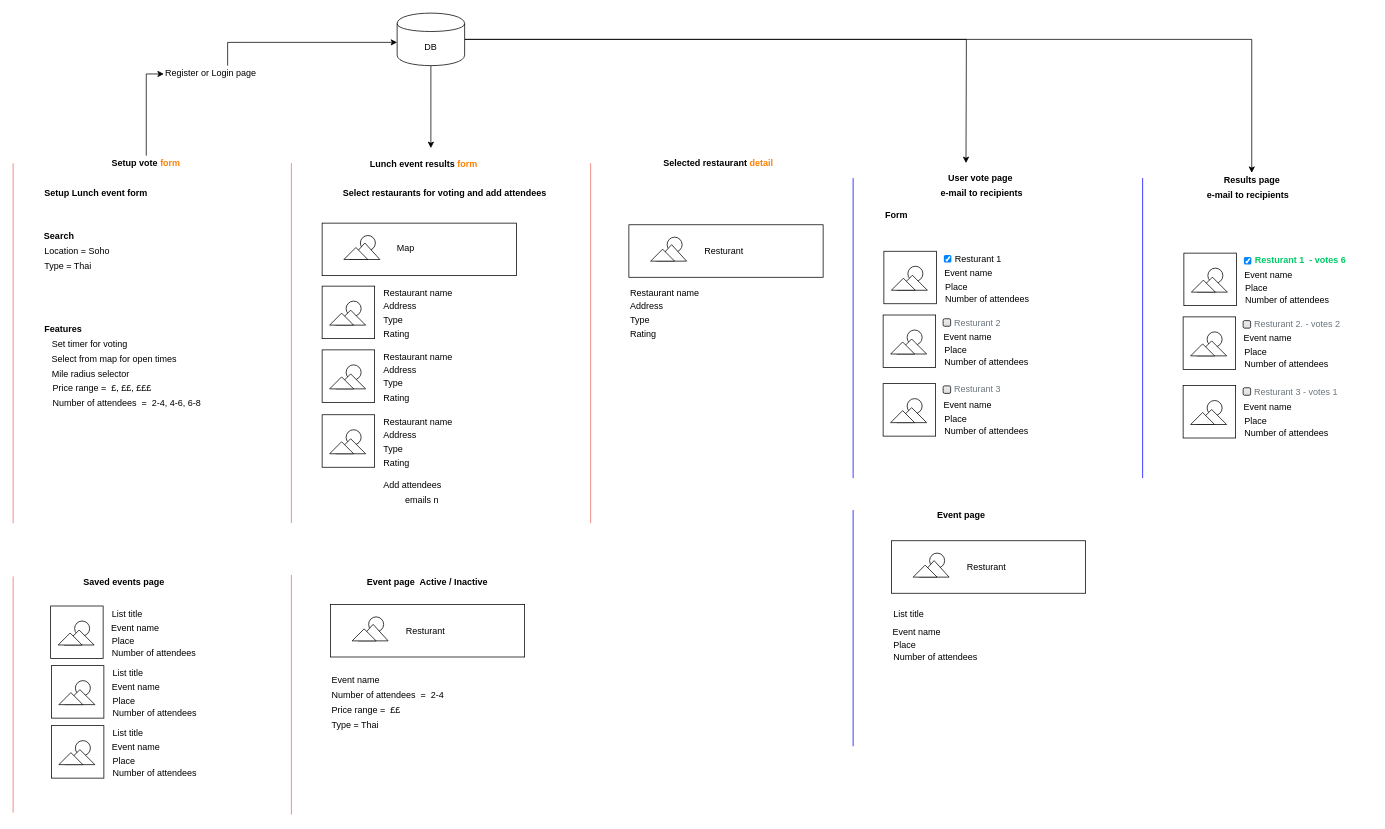
This is lunchSystem.drawio from ameenaziz/lunch, a draw.io file, before an edit. Source tidied: cells renumbered, new cells numbered last; positions are measured from the earlier drawing's top-left corner, leaving out a move shared by most shapes. Both pictures are drawn from the tidied source at 75%, with x=0, y=0 at pixel (13, 13).
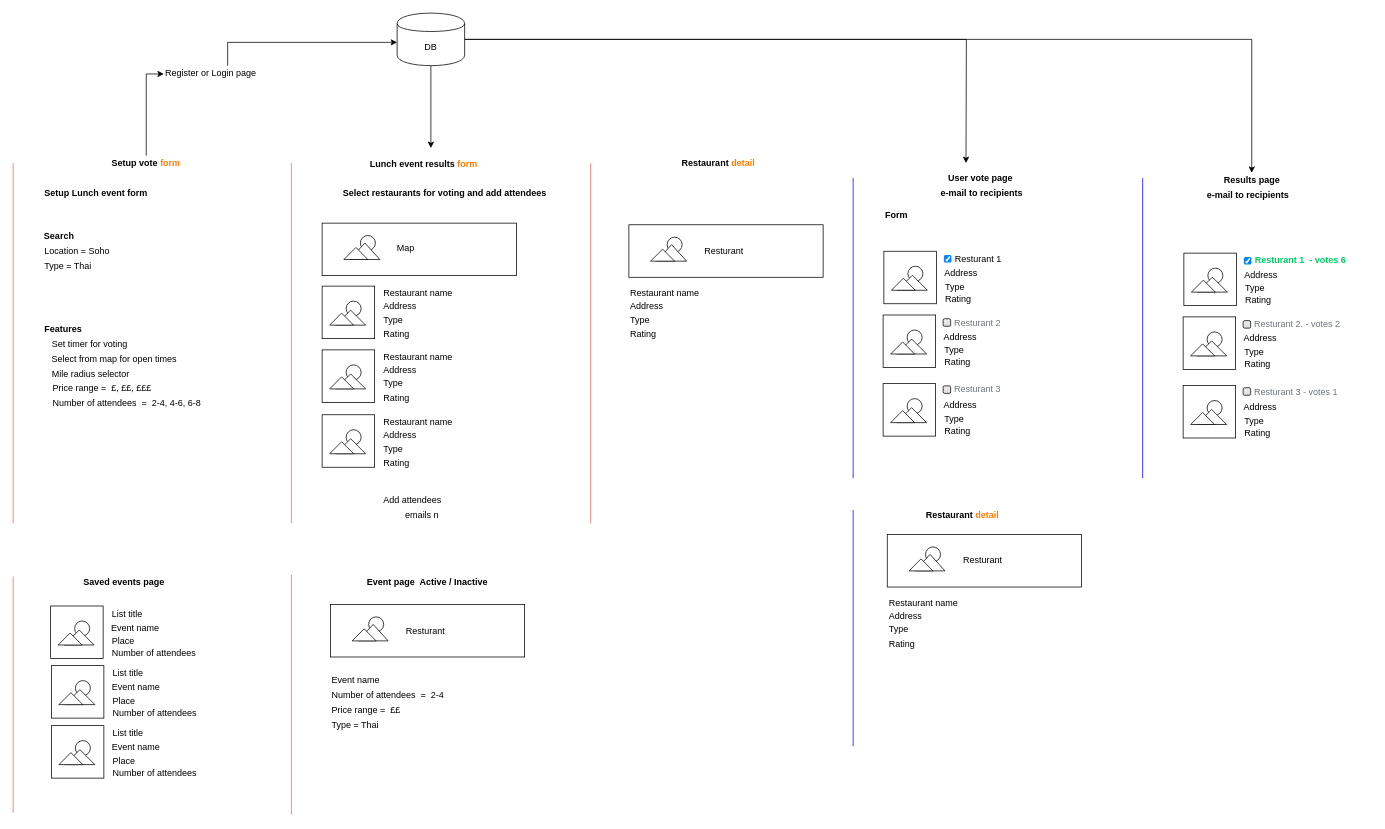
Above is the later version.

The change refers to these unchanged cells:
```xml
<mxCell id="74" style="group;" parent="73" vertex="1">
  <mxGeometry width="250" height="73" as="geometry" />
</mxCell>
<mxCell id="106" style="group;" parent="105" vertex="1">
  <mxGeometry width="250" height="73" as="geometry" />
</mxCell>
<mxCell id="122" style="group;" parent="121" vertex="1">
  <mxGeometry width="250" height="73" as="geometry" />
</mxCell>
<mxCell id="224" style="group;" parent="223" vertex="1">
  <mxGeometry width="250" height="73" as="geometry" />
</mxCell>
<mxCell id="240" style="group;" parent="239" vertex="1">
  <mxGeometry width="250" height="73" as="geometry" />
</mxCell>
<mxCell id="256" style="group;" parent="255" vertex="1">
  <mxGeometry width="250" height="73" as="geometry" />
</mxCell>
```

Diff of the diagram source:
```diff
@@
-    <mxCell id="53" value="Selected restaurant&lt;font color=&quot;#ff8000&quot;&gt;&amp;nbsp;detail&lt;/font&gt;" style="text;html=1;strokeColor=none;fillColor=none;align=center;verticalAlign=middle;whiteSpace=wrap;rounded=0;fontStyle=1;" parent="1" vertex="1">
+    <mxCell id="53" value="Restaurant&lt;font color=&quot;#ff8000&quot;&gt;&amp;nbsp;detail&lt;/font&gt;" style="text;html=1;strokeColor=none;fillColor=none;align=center;verticalAlign=middle;whiteSpace=wrap;rounded=0;fontStyle=1;" parent="1" vertex="1">
       <mxGeometry x="851" y="190" width="179" height="20" as="geometry" />
     </mxCell>
@@
-    <mxCell id="76" value="Event name" style="text;html=1;strokeColor=none;fillColor=none;align=left;verticalAlign=middle;whiteSpace=wrap;rounded=0;" parent="74" vertex="1">
+    <mxCell id="76" value="Address&amp;nbsp;" style="text;html=1;strokeColor=none;fillColor=none;align=left;verticalAlign=middle;whiteSpace=wrap;rounded=0;" parent="74" vertex="1">
       <mxGeometry x="79" y="19" width="170" height="20" as="geometry" />
     </mxCell>
-    <mxCell id="77" value="Place" style="text;html=1;strokeColor=none;fillColor=none;align=left;verticalAlign=middle;whiteSpace=wrap;rounded=0;" parent="74" vertex="1">
+    <mxCell id="77" value="Type" style="text;html=1;strokeColor=none;fillColor=none;align=left;verticalAlign=middle;whiteSpace=wrap;rounded=0;" parent="74" vertex="1">
       <mxGeometry x="80" y="37" width="170" height="20" as="geometry" />
     </mxCell>
-    <mxCell id="78" value="Number of attendees&amp;nbsp;" style="text;html=1;strokeColor=none;fillColor=none;align=left;verticalAlign=middle;whiteSpace=wrap;rounded=0;" parent="74" vertex="1">
+    <mxCell id="78" value="&lt;span style=&quot;white-space: nowrap&quot;&gt;Rating&lt;/span&gt;" style="text;html=1;strokeColor=none;fillColor=none;align=left;verticalAlign=middle;whiteSpace=wrap;rounded=0;" parent="74" vertex="1">
       <mxGeometry x="80" y="53" width="170" height="20" as="geometry" />
     </mxCell>
@@
-    <mxCell id="108" value="Event name" style="text;html=1;strokeColor=none;fillColor=none;align=left;verticalAlign=middle;whiteSpace=wrap;rounded=0;" parent="106" vertex="1">
+    <mxCell id="108" value="Address&amp;nbsp;" style="text;html=1;strokeColor=none;fillColor=none;align=left;verticalAlign=middle;whiteSpace=wrap;rounded=0;" parent="106" vertex="1">
       <mxGeometry x="79" y="19" width="170" height="20" as="geometry" />
     </mxCell>
-    <mxCell id="109" value="Place" style="text;html=1;strokeColor=none;fillColor=none;align=left;verticalAlign=middle;whiteSpace=wrap;rounded=0;" parent="106" vertex="1">
+    <mxCell id="109" value="Type" style="text;html=1;strokeColor=none;fillColor=none;align=left;verticalAlign=middle;whiteSpace=wrap;rounded=0;" parent="106" vertex="1">
       <mxGeometry x="80" y="37" width="170" height="20" as="geometry" />
     </mxCell>
-    <mxCell id="110" value="Number of attendees&amp;nbsp;" style="text;html=1;strokeColor=none;fillColor=none;align=left;verticalAlign=middle;whiteSpace=wrap;rounded=0;" parent="106" vertex="1">
+    <mxCell id="110" value="&lt;span style=&quot;white-space: nowrap&quot;&gt;Rating&lt;/span&gt;" style="text;html=1;strokeColor=none;fillColor=none;align=left;verticalAlign=middle;whiteSpace=wrap;rounded=0;" parent="106" vertex="1">
       <mxGeometry x="80" y="53" width="170" height="20" as="geometry" />
     </mxCell>
@@
-    <mxCell id="124" value="Event name" style="text;html=1;strokeColor=none;fillColor=none;align=left;verticalAlign=middle;whiteSpace=wrap;rounded=0;" parent="122" vertex="1">
+    <mxCell id="124" value="Address&amp;nbsp;" style="text;html=1;strokeColor=none;fillColor=none;align=left;verticalAlign=middle;whiteSpace=wrap;rounded=0;" parent="122" vertex="1">
       <mxGeometry x="79" y="19" width="170" height="20" as="geometry" />
     </mxCell>
-    <mxCell id="125" value="Place" style="text;html=1;strokeColor=none;fillColor=none;align=left;verticalAlign=middle;whiteSpace=wrap;rounded=0;" parent="122" vertex="1">
+    <mxCell id="125" value="Type" style="text;html=1;strokeColor=none;fillColor=none;align=left;verticalAlign=middle;whiteSpace=wrap;rounded=0;" parent="122" vertex="1">
       <mxGeometry x="80" y="37" width="170" height="20" as="geometry" />
     </mxCell>
-    <mxCell id="126" value="Number of attendees&amp;nbsp;" style="text;html=1;strokeColor=none;fillColor=none;align=left;verticalAlign=middle;whiteSpace=wrap;rounded=0;" parent="122" vertex="1">
+    <mxCell id="126" value="&lt;span style=&quot;white-space: nowrap&quot;&gt;Rating&lt;/span&gt;" style="text;html=1;strokeColor=none;fillColor=none;align=left;verticalAlign=middle;whiteSpace=wrap;rounded=0;" parent="122" vertex="1">
       <mxGeometry x="80" y="53" width="170" height="20" as="geometry" />
     </mxCell>
@@
-    <mxCell id="137" style="whiteSpace=wrap;html=1;fontStyle=0;" parent="1" vertex="1">
-      <mxGeometry x="1171" y="703.5" width="259" height="70" as="geometry" />
-    </mxCell>
-    <mxCell id="138" style="group;" parent="1" vertex="1">
-      <mxGeometry x="1171" y="763.5" width="48" height="70" as="geometry" />
-    </mxCell>
-    <mxCell id="139" style="group;" parent="138" vertex="1">
-      <mxGeometry x="-10" y="-40" width="58" height="110" as="geometry" />
-    </mxCell>
@@
-    <mxCell id="141" value="Event page&amp;nbsp;" style="text;html=1;strokeColor=none;fillColor=none;align=center;verticalAlign=middle;whiteSpace=wrap;rounded=0;fontStyle=1;" parent="1" vertex="1">
+    <mxCell id="141" value="Restaurant&lt;font color=&quot;#ff8000&quot;&gt;&amp;nbsp;detail&lt;/font&gt;" style="text;html=1;strokeColor=none;fillColor=none;align=center;verticalAlign=middle;whiteSpace=wrap;rounded=0;fontStyle=1;" parent="1" vertex="1">
       <mxGeometry x="1211" y="660" width="110" height="20" as="geometry" />
     </mxCell>
-    <mxCell id="142" value="List title&amp;nbsp;" style="text;html=1;strokeColor=none;fillColor=none;align=left;verticalAlign=middle;whiteSpace=wrap;rounded=0;" parent="1" vertex="1">
-      <mxGeometry x="1172" y="791.5" width="170" height="20" as="geometry" />
-    </mxCell>
-    <mxCell id="143" value="Event name" style="text;html=1;strokeColor=none;fillColor=none;align=left;verticalAlign=middle;whiteSpace=wrap;rounded=0;" parent="1" vertex="1">
-      <mxGeometry x="1171" y="814.5" width="170" height="20" as="geometry" />
-    </mxCell>
-    <mxCell id="144" value="Place" style="text;html=1;strokeColor=none;fillColor=none;align=left;verticalAlign=middle;whiteSpace=wrap;rounded=0;" parent="1" vertex="1">
-      <mxGeometry x="1172" y="832.5" width="170" height="20" as="geometry" />
-    </mxCell>
-    <mxCell id="145" value="Number of attendees&amp;nbsp;" style="text;html=1;strokeColor=none;fillColor=none;align=left;verticalAlign=middle;whiteSpace=wrap;rounded=0;" parent="1" vertex="1">
-      <mxGeometry x="1172" y="848.5" width="170" height="20" as="geometry" />
-    </mxCell>
-    <mxCell id="146" style="group;" parent="1" vertex="1">
-      <mxGeometry x="1171" y="703.5" width="70" height="70" as="geometry" />
-    </mxCell>
-    <mxCell id="147" style="group;" parent="146" vertex="1">
-      <mxGeometry x="29" y="16.5" width="48" height="41" as="geometry" />
-    </mxCell>
-    <mxCell id="148" style="group;" parent="147" vertex="1">
-      <mxGeometry x="22" width="20" height="20" as="geometry" />
-    </mxCell>
-    <mxCell id="149" style="ellipse;whiteSpace=wrap;html=1;" parent="148" vertex="1">
-      <mxGeometry width="20" height="20" as="geometry" />
-    </mxCell>
-    <mxCell id="150" style="group;" parent="147" vertex="1">
-      <mxGeometry y="12" width="48" height="29" as="geometry" />
-    </mxCell>
-    <mxCell id="151" style="group;" parent="150" vertex="1">
-      <mxGeometry width="48" height="29" as="geometry" />
-    </mxCell>
-    <mxCell id="152" style="group;" parent="151" vertex="1">
-      <mxGeometry width="48" height="29" as="geometry" />
-    </mxCell>
-    <mxCell id="153" style="triangle;whiteSpace=wrap;html=1;rotation=-90;" parent="152" vertex="1">
-      <mxGeometry x="17" y="-11" width="22" height="40" as="geometry" />
-    </mxCell>
-    <mxCell id="154" style="triangle;whiteSpace=wrap;html=1;rotation=-90;" parent="152" vertex="1">
-      <mxGeometry x="8" y="-4" width="16" height="32" as="geometry" />
-    </mxCell>
@@
-    <mxCell id="203" value="Resturant" style="text;html=1;strokeColor=none;fillColor=none;align=left;verticalAlign=middle;whiteSpace=wrap;rounded=0;" parent="1" vertex="1">
-      <mxGeometry x="1270" y="728.5" width="80" height="20" as="geometry" />
-    </mxCell>
@@
-    <mxCell id="226" value="Event name" style="text;html=1;strokeColor=none;fillColor=none;align=left;verticalAlign=middle;whiteSpace=wrap;rounded=0;" parent="224" vertex="1">
+    <mxCell id="226" value="Address&amp;nbsp;" style="text;html=1;strokeColor=none;fillColor=none;align=left;verticalAlign=middle;whiteSpace=wrap;rounded=0;" parent="224" vertex="1">
       <mxGeometry x="79" y="19" width="170" height="20" as="geometry" />
     </mxCell>
-    <mxCell id="227" value="Place" style="text;html=1;strokeColor=none;fillColor=none;align=left;verticalAlign=middle;whiteSpace=wrap;rounded=0;" parent="224" vertex="1">
+    <mxCell id="227" value="Type" style="text;html=1;strokeColor=none;fillColor=none;align=left;verticalAlign=middle;whiteSpace=wrap;rounded=0;" parent="224" vertex="1">
       <mxGeometry x="80" y="37" width="170" height="20" as="geometry" />
     </mxCell>
-    <mxCell id="228" value="Number of attendees&amp;nbsp;" style="text;html=1;strokeColor=none;fillColor=none;align=left;verticalAlign=middle;whiteSpace=wrap;rounded=0;" parent="224" vertex="1">
+    <mxCell id="228" value="&lt;span style=&quot;white-space: nowrap&quot;&gt;Rating&lt;/span&gt;" style="text;html=1;strokeColor=none;fillColor=none;align=left;verticalAlign=middle;whiteSpace=wrap;rounded=0;" parent="224" vertex="1">
       <mxGeometry x="80" y="53" width="170" height="20" as="geometry" />
     </mxCell>
@@
-    <mxCell id="242" value="Event name" style="text;html=1;strokeColor=none;fillColor=none;align=left;verticalAlign=middle;whiteSpace=wrap;rounded=0;" parent="240" vertex="1">
+    <mxCell id="242" value="Address&amp;nbsp;" style="text;html=1;strokeColor=none;fillColor=none;align=left;verticalAlign=middle;whiteSpace=wrap;rounded=0;" parent="240" vertex="1">
       <mxGeometry x="79" y="19" width="170" height="20" as="geometry" />
     </mxCell>
-    <mxCell id="243" value="Place" style="text;html=1;strokeColor=none;fillColor=none;align=left;verticalAlign=middle;whiteSpace=wrap;rounded=0;" parent="240" vertex="1">
+    <mxCell id="243" value="Type" style="text;html=1;strokeColor=none;fillColor=none;align=left;verticalAlign=middle;whiteSpace=wrap;rounded=0;" parent="240" vertex="1">
       <mxGeometry x="80" y="37" width="170" height="20" as="geometry" />
     </mxCell>
-    <mxCell id="244" value="Number of attendees&amp;nbsp;" style="text;html=1;strokeColor=none;fillColor=none;align=left;verticalAlign=middle;whiteSpace=wrap;rounded=0;" parent="240" vertex="1">
+    <mxCell id="244" value="&lt;span style=&quot;white-space: nowrap&quot;&gt;Rating&lt;/span&gt;" style="text;html=1;strokeColor=none;fillColor=none;align=left;verticalAlign=middle;whiteSpace=wrap;rounded=0;" parent="240" vertex="1">
       <mxGeometry x="80" y="53" width="170" height="20" as="geometry" />
     </mxCell>
@@
-    <mxCell id="258" value="Event name" style="text;html=1;strokeColor=none;fillColor=none;align=left;verticalAlign=middle;whiteSpace=wrap;rounded=0;" parent="256" vertex="1">
+    <mxCell id="258" value="Address&amp;nbsp;" style="text;html=1;strokeColor=none;fillColor=none;align=left;verticalAlign=middle;whiteSpace=wrap;rounded=0;" parent="256" vertex="1">
       <mxGeometry x="79" y="19" width="170" height="20" as="geometry" />
     </mxCell>
-    <mxCell id="259" value="Place" style="text;html=1;strokeColor=none;fillColor=none;align=left;verticalAlign=middle;whiteSpace=wrap;rounded=0;" parent="256" vertex="1">
+    <mxCell id="259" value="Type" style="text;html=1;strokeColor=none;fillColor=none;align=left;verticalAlign=middle;whiteSpace=wrap;rounded=0;" parent="256" vertex="1">
       <mxGeometry x="80" y="37" width="170" height="20" as="geometry" />
     </mxCell>
-    <mxCell id="260" value="Number of attendees&amp;nbsp;" style="text;html=1;strokeColor=none;fillColor=none;align=left;verticalAlign=middle;whiteSpace=wrap;rounded=0;" parent="256" vertex="1">
+    <mxCell id="260" value="&lt;span style=&quot;white-space: nowrap&quot;&gt;Rating&lt;/span&gt;" style="text;html=1;strokeColor=none;fillColor=none;align=left;verticalAlign=middle;whiteSpace=wrap;rounded=0;" parent="256" vertex="1">
       <mxGeometry x="80" y="53" width="170" height="20" as="geometry" />
     </mxCell>
@@
     <mxCell id="272" value="Add attendees&amp;nbsp;" style="text;html=1;strokeColor=none;fillColor=none;align=left;verticalAlign=middle;whiteSpace=wrap;rounded=0;" parent="1" vertex="1">
-      <mxGeometry x="492" y="620" width="170" height="20" as="geometry" />
+      <mxGeometry x="492" y="640" width="170" height="20" as="geometry" />
     </mxCell>
     <mxCell id="273" value="emails n" style="text;html=1;align=center;verticalAlign=middle;" parent="1" vertex="1">
-      <mxGeometry x="515" y="640" width="60" height="20" as="geometry" />
+      <mxGeometry x="515" y="660" width="60" height="20" as="geometry" />
     </mxCell>
@@
+    <mxCell id="296" style="whiteSpace=wrap;html=1;fontStyle=0;" parent="1" vertex="1">
+      <mxGeometry x="1165.5" y="695.2" width="259" height="70" as="geometry" />
+    </mxCell>
+    <mxCell id="297" style="group;" parent="1" vertex="1">
+      <mxGeometry x="1165.5" y="695.2" width="70" height="70" as="geometry" />
+    </mxCell>
+    <mxCell id="147" style="group;" parent="297" vertex="1">
+      <mxGeometry x="29" y="16.5" width="48" height="41" as="geometry" />
+    </mxCell>
+    <mxCell id="148" style="group;" parent="147" vertex="1">
+      <mxGeometry x="22" width="20" height="20" as="geometry" />
+    </mxCell>
+    <mxCell id="149" style="ellipse;whiteSpace=wrap;html=1;" parent="148" vertex="1">
+      <mxGeometry width="20" height="20" as="geometry" />
+    </mxCell>
+    <mxCell id="150" style="group;" parent="147" vertex="1">
+      <mxGeometry y="12" width="48" height="29" as="geometry" />
+    </mxCell>
+    <mxCell id="298" style="group;" parent="150" vertex="1">
+      <mxGeometry width="48" height="29" as="geometry" />
+    </mxCell>
+    <mxCell id="299" style="group;" parent="298" vertex="1">
+      <mxGeometry width="48" height="29" as="geometry" />
+    </mxCell>
+    <mxCell id="153" style="triangle;whiteSpace=wrap;html=1;rotation=-90;" parent="299" vertex="1">
+      <mxGeometry x="17" y="-11" width="22" height="40" as="geometry" />
+    </mxCell>
+    <mxCell id="154" style="triangle;whiteSpace=wrap;html=1;rotation=-90;" parent="299" vertex="1">
+      <mxGeometry x="8" y="-4" width="16" height="32" as="geometry" />
+    </mxCell>
+    <mxCell id="203" value="Resturant" style="text;html=1;strokeColor=none;fillColor=none;align=left;verticalAlign=middle;whiteSpace=wrap;rounded=0;" parent="1" vertex="1">
+      <mxGeometry x="1264.5" y="720.2" width="80" height="20" as="geometry" />
+    </mxCell>
+    <mxCell id="300" value="Rating" style="text;html=1;" parent="1" vertex="1">
+      <mxGeometry x="1165.5" y="827" width="50" height="23" as="geometry" />
+    </mxCell>
+    <mxCell id="301" value="Restaurant name&amp;nbsp;" style="text;html=1;strokeColor=none;fillColor=none;align=left;verticalAlign=middle;whiteSpace=wrap;rounded=0;" parent="1" vertex="1">
+      <mxGeometry x="1165.5" y="777" width="115.6" height="20" as="geometry" />
+    </mxCell>
+    <mxCell id="302" style="group;" parent="1" vertex="1">
+      <mxGeometry x="1155.5" y="715.2" width="58" height="110" as="geometry" />
+    </mxCell>
+    <mxCell id="303" value="Type" style="text;html=1;strokeColor=none;fillColor=none;align=left;verticalAlign=middle;whiteSpace=wrap;rounded=0;" parent="1" vertex="1">
+      <mxGeometry x="1165.5" y="812" width="115.6" height="20" as="geometry" />
+    </mxCell>
+    <mxCell id="304" value="Address&amp;nbsp;" style="text;html=1;strokeColor=none;fillColor=none;align=left;verticalAlign=middle;whiteSpace=wrap;rounded=0;" parent="1" vertex="1">
+      <mxGeometry x="1165.5" y="794" width="115.6" height="20" as="geometry" />
+    </mxCell>
```
